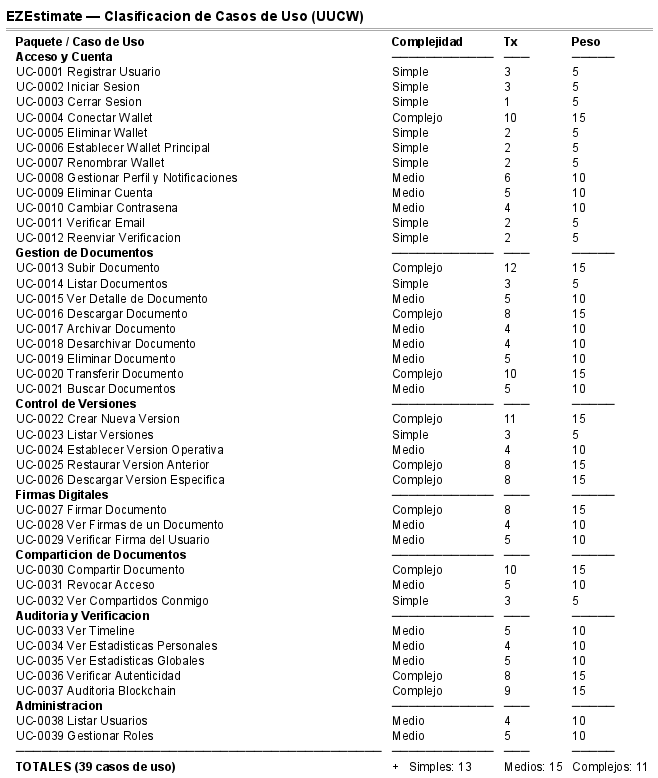
Earlier version of the PlantUML export anexos/diagramas/ezestimate-uc-1.png (ErDeivih/DocumentChain).
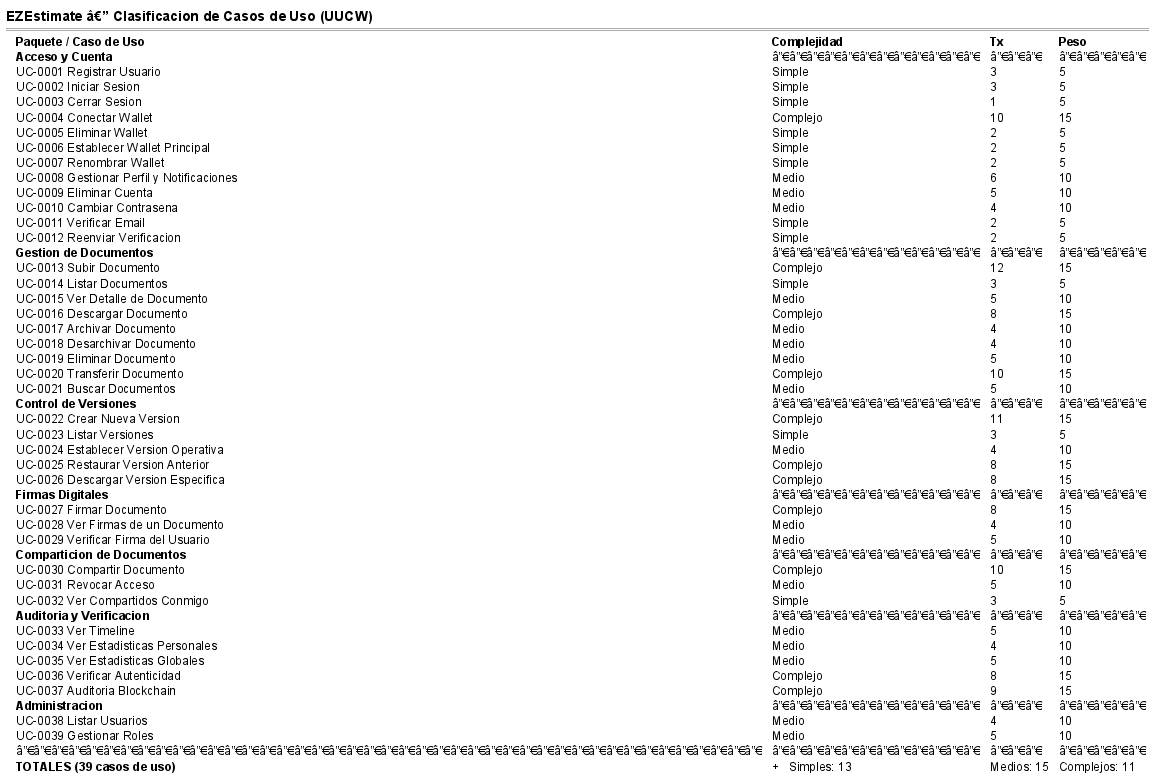
The same diagram one commit later.

Diff of the diagram source:
```diff
@@ -1,10 +1,10 @@
 @startsalt
 {
-  <b><size:14>EZEstimate — Clasificacion de Casos de Uso (UUCW)</size></b>
+  <b><size:14>EZEstimate â€” Clasificacion de Casos de Uso (UUCW)</size></b>
   ==
   {T
    + <b>Paquete / Caso de Uso</b>                    | <b>Complejidad</b> | <b>Tx</b> | <b>Peso</b>
-   + <b>Acceso y Cuenta</b>                          | ──────────── | ─── | ─────
+   + <b>Acceso y Cuenta</b>                          | â”€â”€â”€â”€â”€â”€â”€â”€â”€â”€â”€â”€ | â”€â”€â”€ | â”€â”€â”€â”€â”€
    +   UC-0001 Registrar Usuario                 | Simple        |  3  |   5
    +   UC-0002 Iniciar Sesion                    | Simple        |  3  |   5
    +   UC-0003 Cerrar Sesion                     | Simple        |  1  |   5
@@ -17,7 +17,7 @@
    +   UC-0010 Cambiar Contrasena                | Medio         |  4  |  10
    +   UC-0011 Verificar Email                   | Simple        |  2  |   5
    +   UC-0012 Reenviar Verificacion             | Simple        |  2  |   5
-   + <b>Gestion de Documentos</b>                    | ──────────── | ─── | ─────
+   + <b>Gestion de Documentos</b>                    | â”€â”€â”€â”€â”€â”€â”€â”€â”€â”€â”€â”€ | â”€â”€â”€ | â”€â”€â”€â”€â”€
    +   UC-0013 Subir Documento                   | Complejo      | 12  |  15
    +   UC-0014 Listar Documentos                 | Simple        |  3  |   5
    +   UC-0015 Ver Detalle de Documento          | Medio         |  5  |  10
@@ -27,30 +27,30 @@
    +   UC-0019 Eliminar Documento                | Medio         |  5  |  10
    +   UC-0020 Transferir Documento              | Complejo      | 10  |  15
    +   UC-0021 Buscar Documentos                 | Medio         |  5  |  10
-   + <b>Control de Versiones</b>                     | ──────────── | ─── | ─────
+   + <b>Control de Versiones</b>                     | â”€â”€â”€â”€â”€â”€â”€â”€â”€â”€â”€â”€ | â”€â”€â”€ | â”€â”€â”€â”€â”€
    +   UC-0022 Crear Nueva Version               | Complejo      | 11  |  15
    +   UC-0023 Listar Versiones                  | Simple        |  3  |   5
    +   UC-0024 Establecer Version Operativa      | Medio         |  4  |  10
    +   UC-0025 Restaurar Version Anterior        | Complejo      |  8  |  15
    +   UC-0026 Descargar Version Especifica      | Complejo      |  8  |  15
-   + <b>Firmas Digitales</b>                          | ──────────── | ─── | ─────
+   + <b>Firmas Digitales</b>                          | â”€â”€â”€â”€â”€â”€â”€â”€â”€â”€â”€â”€ | â”€â”€â”€ | â”€â”€â”€â”€â”€
    +   UC-0027 Firmar Documento                  | Complejo      |  8  |  15
    +   UC-0028 Ver Firmas de un Documento        | Medio         |  4  |  10
    +   UC-0029 Verificar Firma del Usuario       | Medio         |  5  |  10
-   + <b>Comparticion de Documentos</b>               | ──────────── | ─── | ─────
+   + <b>Comparticion de Documentos</b>               | â”€â”€â”€â”€â”€â”€â”€â”€â”€â”€â”€â”€ | â”€â”€â”€ | â”€â”€â”€â”€â”€
    +   UC-0030 Compartir Documento               | Complejo      | 10  |  15
    +   UC-0031 Revocar Acceso                    | Medio         |  5  |  10
    +   UC-0032 Ver Compartidos Conmigo           | Simple        |  3  |   5
-   + <b>Auditoria y Verificacion</b>                 | ──────────── | ─── | ─────
+   + <b>Auditoria y Verificacion</b>                 | â”€â”€â”€â”€â”€â”€â”€â”€â”€â”€â”€â”€ | â”€â”€â”€ | â”€â”€â”€â”€â”€
    +   UC-0033 Ver Timeline                      | Medio         |  5  |  10
    +   UC-0034 Ver Estadisticas Personales       | Medio         |  4  |  10
    +   UC-0035 Ver Estadisticas Globales         | Medio         |  5  |  10
    +   UC-0036 Verificar Autenticidad            | Complejo      |  8  |  15
    +   UC-0037 Auditoria Blockchain              | Complejo      |  9  |  15
-   + <b>Administracion</b>                            | ──────────── | ─── | ─────
+   + <b>Administracion</b>                            | â”€â”€â”€â”€â”€â”€â”€â”€â”€â”€â”€â”€ | â”€â”€â”€ | â”€â”€â”€â”€â”€
    +   UC-0038 Listar Usuarios                   | Medio         |  4  |  10
    +   UC-0039 Gestionar Roles                   | Medio         |  5  |  10
-   + ─────────────────────────────────────────── | ──────────── | ─── | ─────
+   + â”€â”€â”€â”€â”€â”€â”€â”€â”€â”€â”€â”€â”€â”€â”€â”€â”€â”€â”€â”€â”€â”€â”€â”€â”€â”€â”€â”€â”€â”€â”€â”€â”€â”€â”€â”€â”€â”€â”€â”€â”€â”€â”€ | â”€â”€â”€â”€â”€â”€â”€â”€â”€â”€â”€â”€ | â”€â”€â”€ | â”€â”€â”€â”€â”€
    + <b>TOTALES (39 casos de uso)</b>                |              |     |
    +   Simples: 13 | Medios: 15 | Complejos: 11   |              |     |
   }
```
